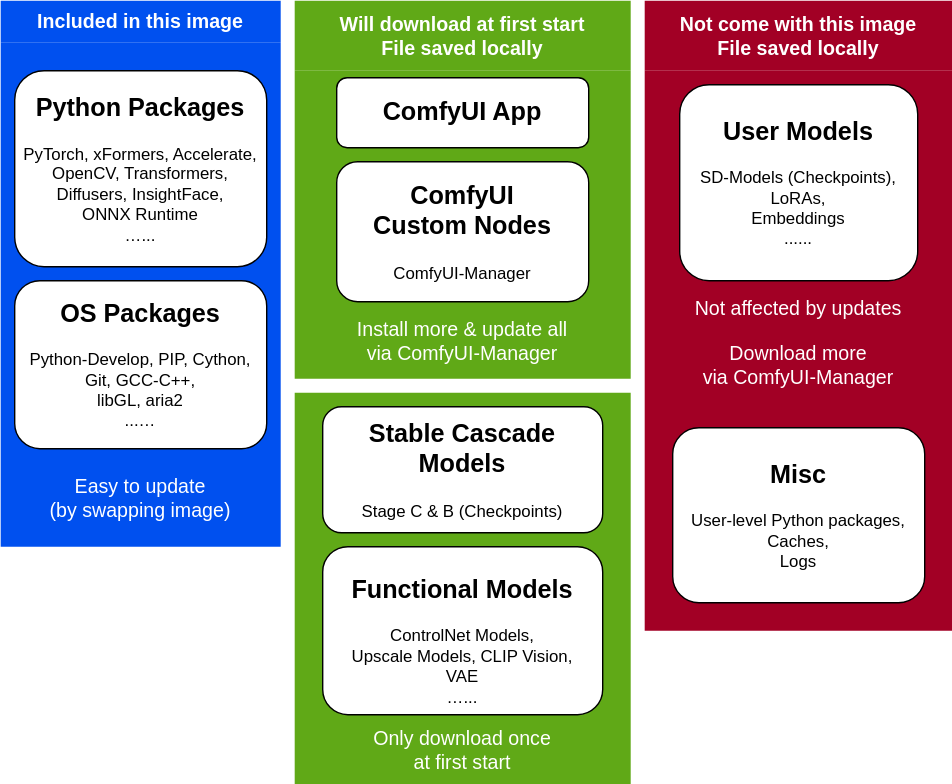
The draw.io diagram docs/chart-concept.svg in YanWenKun/ComfyUI-Docker, before a commit. Source tidied: cells renumbered, new cells last; positions are measured from the earlier drawing's top-left corner, leaving out a move shared by most shapes.
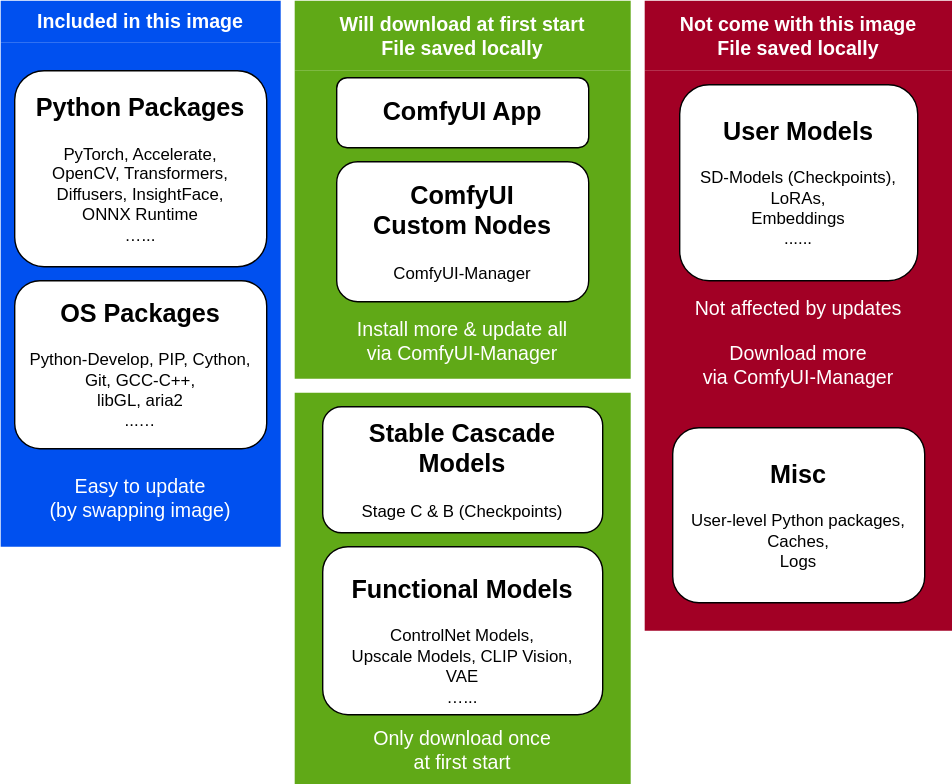
Later version of the same file.

Commit message:
Remove xFormers as PyTorch now good enough

close #24

Diff of the diagram source:
```diff
@@ -5,7 +5,7 @@
     <mxCell id="2" value="Included in this image" style="swimlane;whiteSpace=wrap;html=1;fillColor=#0050ef;strokeColor=none;fontColor=#ffffff;fillStyle=auto;swimlaneFillColor=#0050EF;fontSize=14;fontFamily=Helvetica;swimlaneLine=0;shadow=0;rounded=0;glass=0;startSize=30;" parent="1" vertex="1">
       <mxGeometry width="200" height="390" as="geometry" />
     </mxCell>
-    <mxCell id="3" value="&lt;h2&gt;Python Packages&lt;/h2&gt;&lt;div&gt;PyTorch, xFormers, Accelerate,&lt;/div&gt;&lt;div&gt;OpenCV, Transformers,&lt;/div&gt;&lt;div&gt;Diffusers,&amp;nbsp;&lt;span style=&quot;background-color: initial;&quot;&gt;InsightFace,&lt;/span&gt;&lt;/div&gt;&lt;div&gt;ONNX Runtime&lt;/div&gt;&lt;div&gt;…...&lt;/div&gt;&lt;div&gt;&lt;br&gt;&lt;/div&gt;" style="rounded=1;whiteSpace=wrap;html=1;" parent="2" vertex="1">
+    <mxCell id="3" value="&lt;h2&gt;Python Packages&lt;/h2&gt;&lt;div&gt;PyTorch, Accelerate,&lt;/div&gt;&lt;div&gt;OpenCV, Transformers,&lt;/div&gt;&lt;div&gt;Diffusers,&amp;nbsp;&lt;span style=&quot;background-color: initial;&quot;&gt;InsightFace,&lt;/span&gt;&lt;/div&gt;&lt;div&gt;ONNX Runtime&lt;/div&gt;&lt;div&gt;…...&lt;/div&gt;&lt;div&gt;&lt;br&gt;&lt;/div&gt;" style="rounded=1;whiteSpace=wrap;html=1;" parent="2" vertex="1">
       <mxGeometry x="10" y="50" width="180" height="140" as="geometry" />
     </mxCell>
     <mxCell id="4" value="&lt;h2&gt;OS Packages&lt;/h2&gt;&lt;div&gt;Python-Develop, PIP, Cython,&lt;/div&gt;&lt;div&gt;Git,&amp;nbsp;&lt;span style=&quot;background-color: initial;&quot;&gt;GCC-C++,&lt;/span&gt;&lt;/div&gt;libGL, aria2&lt;span style=&quot;background-color: initial;&quot;&gt;&lt;br&gt;...…&lt;br&gt;&lt;br&gt;&lt;/span&gt;" style="rounded=1;whiteSpace=wrap;html=1;" parent="2" vertex="1">
```
